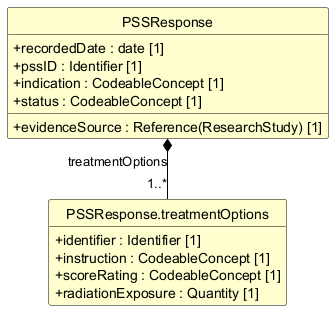
This is exports/diagrams/PSSResponse-uml.png from caresets/caresets-src, a PlantUML export, as it was before one commit.
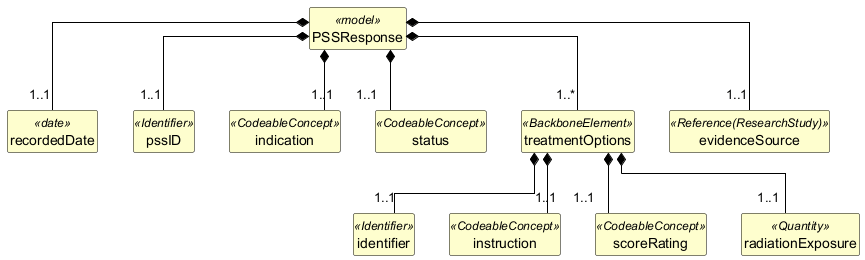
The same diagram one commit later.

What changed in the source:
```diff
@@ -12,20 +12,47 @@
 hide circle
 hide empty members
 
-class "PSSResponse" as PSSResponse {
-  +recordedDate : date [1]
-  +pssID : Identifier [1]
-  +indication : CodeableConcept [1]
-  +status : CodeableConcept [1]
-  +evidenceSource : Reference(ResearchStudy) [1]
+class "PSSResponse" as PSSResponse <<model>> {
 }
 
-class "PSSResponse.treatmentOptions" as PSSResponse_treatmentOptions {
-  +identifier : Identifier [1]
-  +instruction : CodeableConcept [1]
-  +scoreRating : CodeableConcept [1]
-  +radiationExposure : Quantity [1]
+class "recordedDate" as PSSResponse_recordedDate <<date>> {
 }
 
-PSSResponse *-- "1..*" PSSResponse_treatmentOptions : treatmentOptions
+class "pssID" as PSSResponse_pssID <<Identifier>> {
+}
+
+class "indication" as PSSResponse_indication <<CodeableConcept>> {
+}
+
+class "status" as PSSResponse_status <<CodeableConcept>> {
+}
+
+class "treatmentOptions" as PSSResponse_treatmentOptions <<BackboneElement>> {
+}
+
+class "identifier" as PSSResponse_treatmentOptions_identifier <<Identifier>> {
+}
+
+class "instruction" as PSSResponse_treatmentOptions_instruction <<CodeableConcept>> {
+}
+
+class "scoreRating" as PSSResponse_treatmentOptions_scoreRating <<CodeableConcept>> {
+}
+
+class "radiationExposure" as PSSResponse_treatmentOptions_radiationExposure <<Quantity>> {
+}
+
+class "evidenceSource" as PSSResponse_evidenceSource <<Reference(ResearchStudy)>> {
+}
+
+PSSResponse *-- "1..1" PSSResponse_recordedDate
+PSSResponse *-- "1..1" PSSResponse_pssID
+PSSResponse *-- "1..1" PSSResponse_indication
+PSSResponse *-- "1..1" PSSResponse_status
+PSSResponse *-- "1..*" PSSResponse_treatmentOptions
+PSSResponse_treatmentOptions *-- "1..1" PSSResponse_treatmentOptions_identifier
+PSSResponse_treatmentOptions *-- "1..1" PSSResponse_treatmentOptions_instruction
+PSSResponse_treatmentOptions *-- "1..1" PSSResponse_treatmentOptions_scoreRating
+PSSResponse_treatmentOptions *-- "1..1" PSSResponse_treatmentOptions_radiationExposure
+PSSResponse *-- "1..1" PSSResponse_evidenceSource
 @enduml
```
